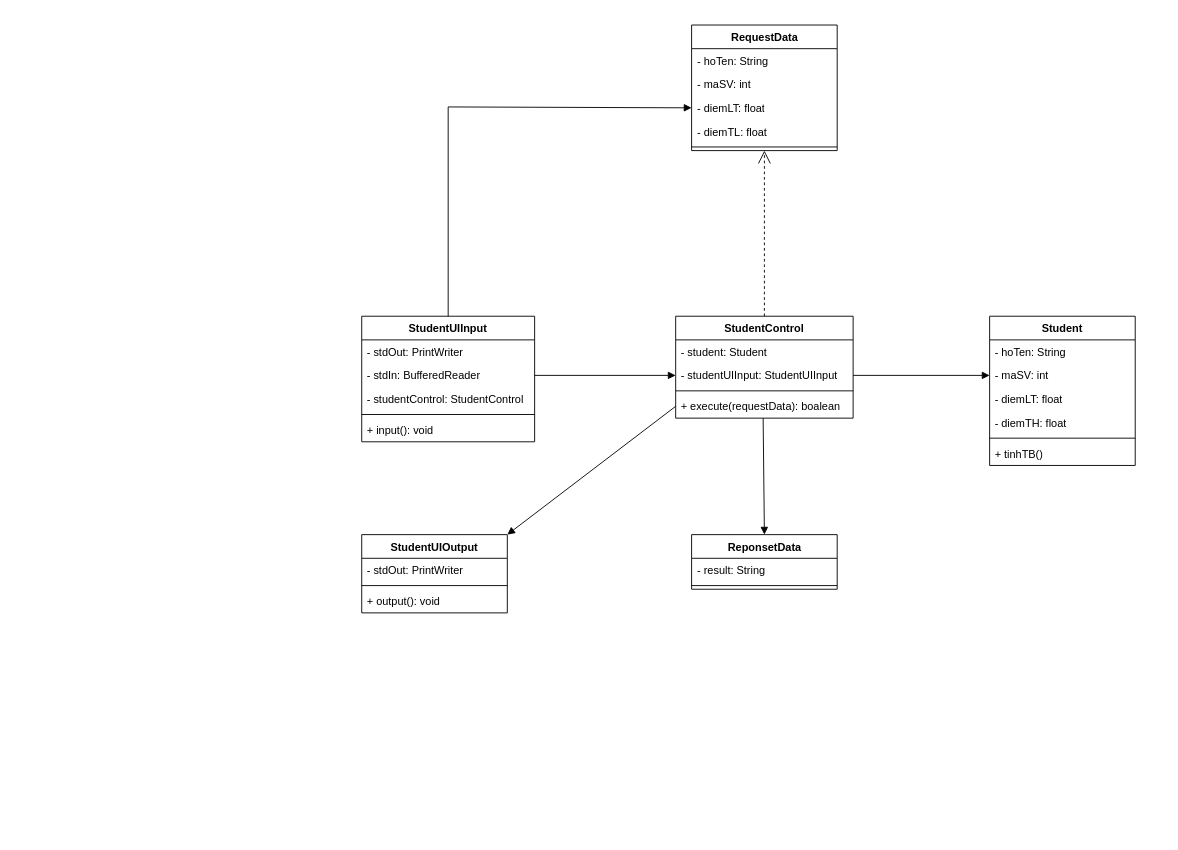
The draw.io diagram page "ClassDiagram" (1 of 3) of docs/QuanLySinhVien_diagrams.drawio in hghfhghf/TestJV, before the edit. Source tidied: cells renumbered, new cells numbered last; positions are measured from the earlier drawing's top-left corner, leaving out a move shared by most shapes. Both pictures are drawn from the tidied source at 91%, with x=0, y=0 at pixel (361, 25).
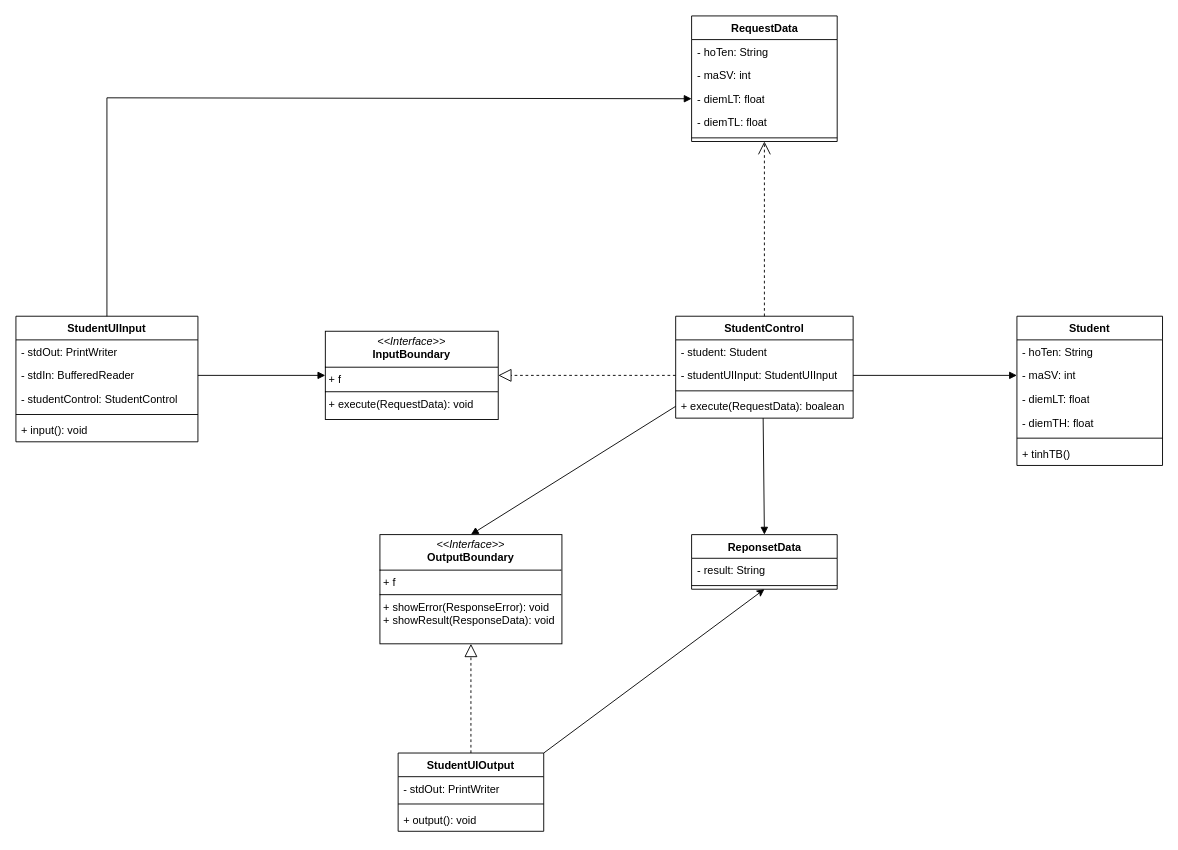
After the change.

Unchanged cells that the change refers to:
```xml
<mxCell id="8" value="StudentControl" style="swimlane;fontStyle=1;align=center;verticalAlign=top;horizontal=1;startSize=26;whiteSpace=wrap;html=1;" parent="1" vertex="1">
  <mxGeometry x="345" y="320" width="195" height="112" as="geometry" />
</mxCell>
<mxCell id="10" value="- studentUIInput: StudentUIInput" style="text;strokeColor=none;fillColor=none;align=left;verticalAlign=top;spacingLeft=4;spacingRight=4;overflow=hidden;points=[[0,0.5],[1,0.5]];portConstraint=eastwest;whiteSpace=wrap;html=1;" parent="8" vertex="1">
  <mxGeometry y="52" width="195" height="26" as="geometry" />
</mxCell>
<mxCell id="27" value="- diemLT: float" style="text;strokeColor=none;fillColor=none;align=left;verticalAlign=top;spacingLeft=4;spacingRight=4;overflow=hidden;points=[[0,0.5],[1,0.5]];portConstraint=eastwest;whiteSpace=wrap;html=1;" parent="24" vertex="1">
  <mxGeometry y="78" width="160" height="26" as="geometry" />
</mxCell>
<mxCell id="30" value="ReponsetData" style="swimlane;fontStyle=1;align=center;verticalAlign=top;horizontal=1;startSize=26;whiteSpace=wrap;html=1;" parent="1" vertex="1">
  <mxGeometry x="362.5" y="560" width="160" height="60" as="geometry" />
</mxCell>
```

What changed in the source:
```diff
@@
     <mxCell id="2" value="StudentUIInput" style="swimlane;fontStyle=1;align=center;verticalAlign=top;horizontal=1;startSize=26;whiteSpace=wrap;html=1;" parent="1" vertex="1">
-      <mxGeometry y="320" width="190" height="138" as="geometry" />
+      <mxGeometry x="-380" y="320" width="200" height="138" as="geometry" />
     </mxCell>
     <mxCell id="3" value="- stdOut: PrintWriter" style="text;strokeColor=none;fillColor=none;align=left;verticalAlign=top;spacingLeft=4;spacingRight=4;overflow=hidden;whiteSpace=wrap;html=1;" parent="2" vertex="1">
-      <mxGeometry y="26" width="190" height="26" as="geometry" />
+      <mxGeometry y="26" width="200" height="26" as="geometry" />
     </mxCell>
     <mxCell id="4" value="- stdIn: BufferedReader" style="text;strokeColor=none;fillColor=none;align=left;verticalAlign=top;spacingLeft=4;spacingRight=4;overflow=hidden;points=[[0,0.5],[1,0.5]];portConstraint=eastwest;whiteSpace=wrap;html=1;" parent="2" vertex="1">
-      <mxGeometry y="52" width="190" height="26" as="geometry" />
+      <mxGeometry y="52" width="200" height="26" as="geometry" />
     </mxCell>
     <mxCell id="5" value="- studentControl: StudentControl" style="text;strokeColor=none;fillColor=none;align=left;verticalAlign=top;spacingLeft=4;spacingRight=4;overflow=hidden;whiteSpace=wrap;html=1;" parent="2" vertex="1">
-      <mxGeometry y="78" width="190" height="26" as="geometry" />
+      <mxGeometry y="78" width="200" height="26" as="geometry" />
     </mxCell>
     <mxCell id="6" style="line;strokeWidth=1;fillColor=none;align=left;verticalAlign=middle;spacingTop=-1;spacingLeft=3;spacingRight=3;labelPosition=right;strokeColor=inherit;" parent="2" vertex="1">
-      <mxGeometry y="104" width="190" height="8" as="geometry" />
+      <mxGeometry y="104" width="200" height="8" as="geometry" />
     </mxCell>
     <mxCell id="7" value="+ input(): void" style="text;strokeColor=none;fillColor=none;align=left;verticalAlign=top;spacingLeft=4;spacingRight=4;overflow=hidden;whiteSpace=wrap;html=1;" parent="2" vertex="1">
-      <mxGeometry y="112" width="190" height="26" as="geometry" />
+      <mxGeometry y="112" width="200" height="26" as="geometry" />
     </mxCell>
@@
-    <mxCell id="12" value="+ execute(requestData): boalean" style="text;strokeColor=none;fillColor=none;align=left;verticalAlign=top;spacingLeft=4;spacingRight=4;overflow=hidden;points=[[0,0.5],[1,0.5]];portConstraint=eastwest;whiteSpace=wrap;html=1;" parent="8" vertex="1">
+    <mxCell id="12" value="+ execute(RequestData): boalean" style="text;strokeColor=none;fillColor=none;align=left;verticalAlign=top;spacingLeft=4;spacingRight=4;overflow=hidden;points=[[0,0.5],[1,0.5]];portConstraint=eastwest;whiteSpace=wrap;html=1;" parent="8" vertex="1">
       <mxGeometry y="86" width="195" height="26" as="geometry" />
     </mxCell>
     <mxCell id="13" value="&lt;span style=&quot;&quot;&gt;&lt;b&gt;Student&lt;/b&gt;&lt;/span&gt;" style="swimlane;fontStyle=0;align=center;verticalAlign=top;horizontal=1;startSize=26;whiteSpace=wrap;html=1;" parent="1" vertex="1">
-      <mxGeometry x="690" y="320" width="160" height="164" as="geometry" />
+      <mxGeometry x="720" y="320" width="160" height="164" as="geometry" />
     </mxCell>
@@
     <mxCell id="20" value="&lt;b&gt;StudentUIOutput&lt;/b&gt;" style="swimlane;fontStyle=0;align=center;verticalAlign=top;horizontal=1;startSize=26;whiteSpace=wrap;html=1;" parent="1" vertex="1">
-      <mxGeometry y="560" width="160" height="86" as="geometry" />
+      <mxGeometry x="40" y="800" width="160" height="86" as="geometry" />
     </mxCell>
@@
     <mxCell id="24" value="RequestData&lt;div&gt;&lt;br&gt;&lt;/div&gt;" style="swimlane;fontStyle=1;align=center;verticalAlign=top;horizontal=1;startSize=26;whiteSpace=wrap;html=1;" parent="1" vertex="1">
-      <mxGeometry x="362.5" width="160" height="138" as="geometry" />
+      <mxGeometry x="362.5" y="-10" width="160" height="138" as="geometry" />
     </mxCell>
@@
     <mxCell id="36" style="html=1;verticalAlign=bottom;endArrow=block;curved=0;rounded=0;exitX=0.5;exitY=0;exitDx=0;exitDy=0;entryX=0;entryY=0.5;entryDx=0;entryDy=0;" parent="1" edge="1" source="2" target="27">
       <mxGeometry relative="1" as="geometry">
         <Array as="points">
-          <mxPoint x="95" y="90" />
+          <mxPoint x="-280" y="80" />
         </Array>
       </mxGeometry>
     </mxCell>
-    <mxCell id="37" style="html=1;verticalAlign=bottom;endArrow=block;curved=0;rounded=0;exitX=0;exitY=0.5;exitDx=0;exitDy=0;entryX=1;entryY=0;entryDx=0;entryDy=0;" parent="1" edge="1" source="12" target="20">
+    <mxCell id="37" style="html=1;verticalAlign=bottom;endArrow=block;curved=0;rounded=0;exitX=0;exitY=0.5;exitDx=0;exitDy=0;entryX=0.5;entryY=0;entryDx=0;entryDy=0;" parent="1" edge="1" source="12" target="40">
       <mxGeometry relative="1" as="geometry" />
     </mxCell>
-    <mxCell id="38" style="html=1;verticalAlign=bottom;endArrow=block;curved=0;rounded=0;exitX=1;exitY=0.5;exitDx=0;exitDy=0;entryX=0;entryY=0.5;entryDx=0;entryDy=0;" parent="1" edge="1" source="4" target="10">
+    <mxCell id="38" style="html=1;verticalAlign=bottom;endArrow=block;curved=0;rounded=0;exitX=1;exitY=0.5;exitDx=0;exitDy=0;entryX=0;entryY=0.5;entryDx=0;entryDy=0;" parent="1" edge="1" source="4" target="39">
       <mxGeometry relative="1" as="geometry" />
     </mxCell>
+    <mxCell id="39" value="&lt;p style=&quot;margin:0px;margin-top:4px;text-align:center;&quot;&gt;&lt;i&gt;&amp;lt;&amp;lt;Interface&amp;gt;&amp;gt;&lt;/i&gt;&lt;br&gt;&lt;b&gt;InputBoundary&lt;/b&gt;&lt;/p&gt;&lt;hr size=&quot;1&quot; style=&quot;border-style:solid;&quot;&gt;&lt;p style=&quot;margin:0px;margin-left:4px;&quot;&gt;+ f&lt;/p&gt;&lt;hr size=&quot;1&quot; style=&quot;border-style:solid;&quot;&gt;&lt;p style=&quot;margin:0px;margin-left:4px;&quot;&gt;+ execute(RequestData): void&lt;br&gt;&lt;/p&gt;" style="verticalAlign=top;align=left;overflow=fill;html=1;whiteSpace=wrap;" parent="1" vertex="1">
+      <mxGeometry x="-40" y="336.5" width="190" height="97" as="geometry" />
+    </mxCell>
+    <mxCell id="40" value="&lt;p style=&quot;margin:0px;margin-top:4px;text-align:center;&quot;&gt;&lt;i&gt;&amp;lt;&amp;lt;Interface&amp;gt;&amp;gt;&lt;/i&gt;&lt;br&gt;&lt;b&gt;OutputBoundary&lt;/b&gt;&lt;/p&gt;&lt;hr size=&quot;1&quot; style=&quot;border-style:solid;&quot;&gt;&lt;p style=&quot;margin:0px;margin-left:4px;&quot;&gt;+ f&lt;/p&gt;&lt;hr size=&quot;1&quot; style=&quot;border-style:solid;&quot;&gt;&lt;p style=&quot;margin:0px;margin-left:4px;&quot;&gt;+ showError(ResponseError): void&lt;br&gt;&lt;/p&gt;&lt;p style=&quot;margin:0px;margin-left:4px;&quot;&gt;+ showResult(ResponseData): void&lt;/p&gt;" style="verticalAlign=top;align=left;overflow=fill;html=1;whiteSpace=wrap;" parent="1" vertex="1">
+      <mxGeometry x="20" y="560" width="200" height="120" as="geometry" />
+    </mxCell>
+    <mxCell id="41" style="endArrow=classic;html=1;rounded=0;exitX=1;exitY=0;exitDx=0;exitDy=0;entryX=0.5;entryY=1;entryDx=0;entryDy=0;" parent="1" edge="1" source="20" target="30">
+      <mxGeometry relative="1" as="geometry" />
+    </mxCell>
+    <mxCell id="42" style="endArrow=block;dashed=1;endFill=0;endSize=12;html=1;rounded=0;exitX=0.5;exitY=0;exitDx=0;exitDy=0;entryX=0.5;entryY=1;entryDx=0;entryDy=0;" parent="1" edge="1" source="20" target="40">
+      <mxGeometry relative="1" as="geometry" />
+    </mxCell>
+    <mxCell id="43" style="endArrow=block;dashed=1;endFill=0;endSize=12;html=1;rounded=0;exitX=0;exitY=0.5;exitDx=0;exitDy=0;entryX=1;entryY=0.5;entryDx=0;entryDy=0;" parent="1" edge="1" source="10" target="39">
+      <mxGeometry relative="1" as="geometry" />
+    </mxCell>
```
